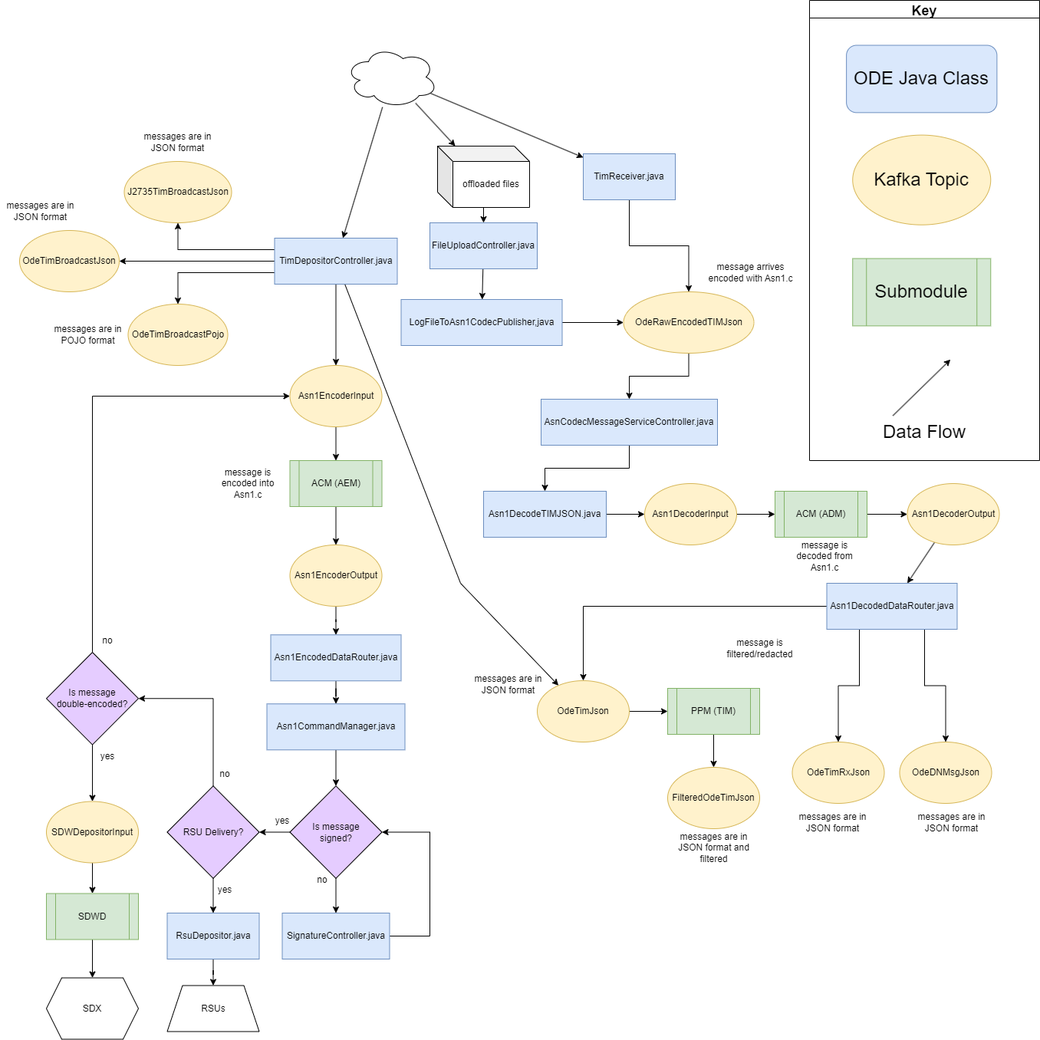
This is docs/data-flow-diagrams/tim/TIM Data Flow.drawio.png from usdot-jpo-ode/jpo-ode, a draw.io export, as it was before one commit. Source tidied: cells renumbered, new cells last; positions are measured from the earlier drawing's top-left corner, leaving out a move shared by most shapes.
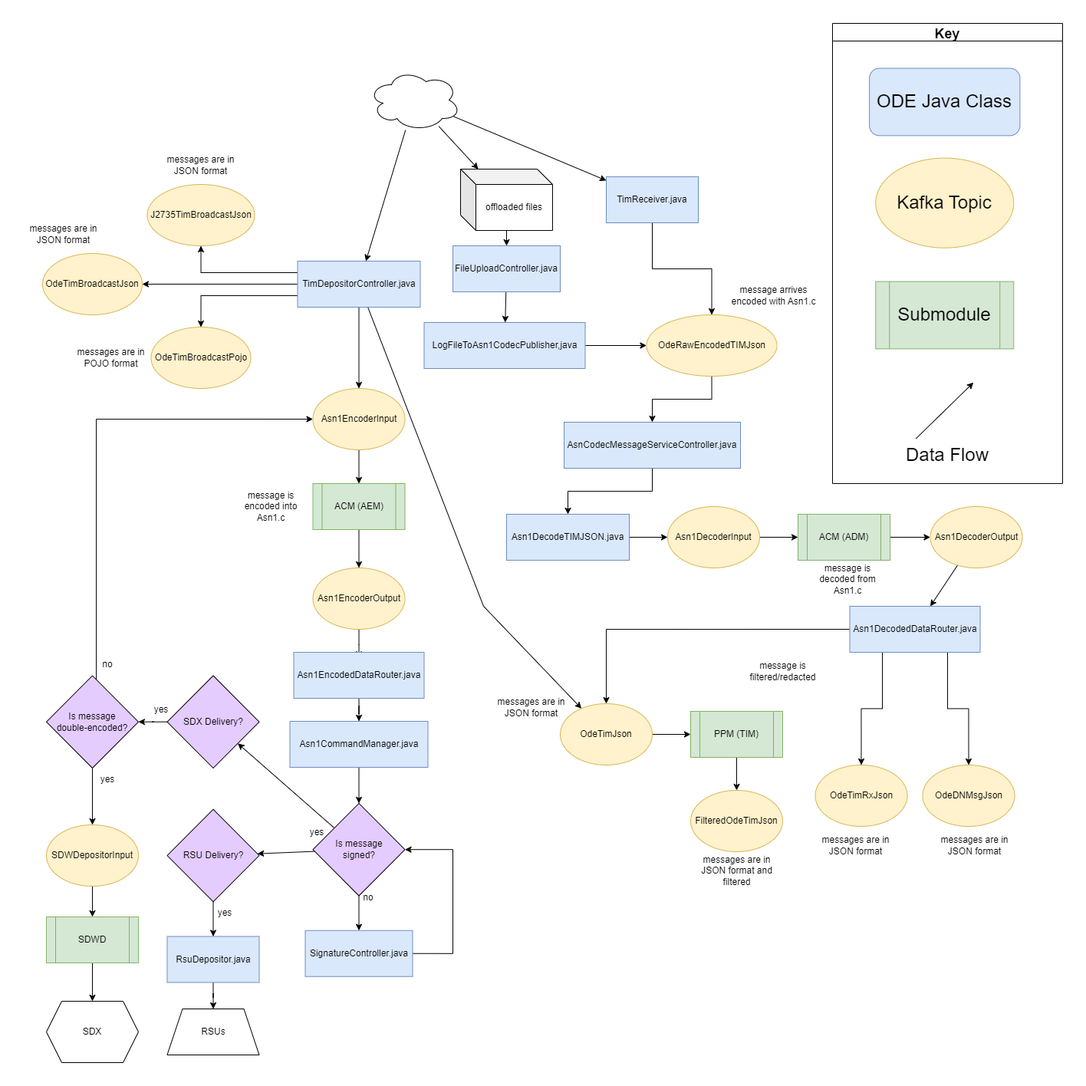
Above is the later version.

Commit message:
Adjusted data flow diagrams to reflect SDX & RSU delivery

What changed in the source:
```diff
@@ -114,8 +114,10 @@
     <mxCell id="37" value="ACM (AEM)" style="shape=process;whiteSpace=wrap;html=1;backgroundOutline=1;fillColor=#d5e8d4;strokeColor=#82b366;" parent="1" vertex="1">
       <mxGeometry x="377.5" y="600" width="120" height="60" as="geometry" />
     </mxCell>
-    <mxCell id="38" style="edgeStyle=orthogonalEdgeStyle;rounded=0;jettySize=auto;html=1;" parent="1" edge="1" source="39" target="69">
-      <mxGeometry relative="1" as="geometry" />
+    <mxCell id="38" style="edgeStyle=orthogonalEdgeStyle;rounded=0;jettySize=auto;html=1;" parent="1" edge="1" source="39">
+      <mxGeometry relative="1" as="geometry">
+        <mxPoint x="437.5" y="827.2" as="targetPoint" />
+      </mxGeometry>
     </mxCell>
     <mxCell id="39" value="Asn1EncoderOutput" style="ellipse;whiteSpace=wrap;html=1;fillColor=#fff2cc;strokeColor=#d6b656;" parent="1" vertex="1">
       <mxGeometry x="377.5" y="710" width="120" height="80" as="geometry" />
@@ -195,115 +197,134 @@
     <mxCell id="63" style="ellipse;shape=cloud;whiteSpace=wrap;html=1;" parent="1" vertex="1">
       <mxGeometry x="450" y="60" width="120" height="80" as="geometry" />
     </mxCell>
+    <mxCell id="77" style="edgeStyle=orthogonalEdgeStyle;rounded=0;jettySize=auto;html=1;entryX=0;entryY=0.5;entryDx=0;entryDy=0;" parent="1" edge="1" source="78" target="35">
+      <mxGeometry relative="1" as="geometry">
+        <Array as="points">
+          <mxPoint x="95" y="516" />
+        </Array>
+      </mxGeometry>
+    </mxCell>
+    <mxCell id="91" style="edgeStyle=orthogonalEdgeStyle;rounded=0;jettySize=auto;html=1;entryX=1;entryY=0.5;entryDx=0;entryDy=0;exitX=1;exitY=0.5;exitDx=0;exitDy=0;" parent="1" edge="1" source="x">
+      <mxGeometry relative="1" as="geometry">
+        <mxPoint x="497.5" y="1084.5" as="targetPoint" />
+        <Array as="points">
+          <mxPoint x="560" y="1220" />
+          <mxPoint x="560" y="1085" />
+        </Array>
+      </mxGeometry>
+    </mxCell>
+    <mxCell id="93" style="rounded=0;jettySize=auto;html=1;" parent="1" edge="1" source="94" target="98">
+      <mxGeometry relative="1" as="geometry" />
+    </mxCell>
+    <mxCell id="94" value="FileUploadController.java" style="rounded=0;whiteSpace=wrap;html=1;fillColor=#dae8fc;strokeColor=#6c8ebf;" parent="1" vertex="1">
+      <mxGeometry x="560" y="290" width="140" height="60" as="geometry" />
+    </mxCell>
+    <mxCell id="95" style="rounded=0;jettySize=auto;html=1;" parent="1" edge="1" source="96" target="94">
+      <mxGeometry relative="1" as="geometry" />
+    </mxCell>
+    <mxCell id="96" value="offloaded files" style="shape=cube;whiteSpace=wrap;html=1;boundedLbl=1;backgroundOutline=1;darkOpacity=0.05;darkOpacity2=0.1;" parent="1" vertex="1">
+      <mxGeometry x="570" y="190" width="120" height="80" as="geometry" />
+    </mxCell>
+    <mxCell id="97" style="edgeStyle=orthogonalEdgeStyle;rounded=0;jettySize=auto;html=1;" parent="1" edge="1" source="98" target="17">
+      <mxGeometry relative="1" as="geometry" />
+    </mxCell>
+    <mxCell id="98" value="LogFileToAsn1CodecPublisher,java" style="rounded=0;whiteSpace=wrap;html=1;fillColor=#dae8fc;strokeColor=#6c8ebf;" parent="1" vertex="1">
+      <mxGeometry x="522.5" y="390" width="210" height="60" as="geometry" />
+    </mxCell>
     <mxCell id="64" style="edgeStyle=orthogonalEdgeStyle;rounded=0;jettySize=auto;html=1;entryX=0.5;entryY=0;entryDx=0;entryDy=0;" parent="1" edge="1" source="65" target="88">
       <mxGeometry relative="1" as="geometry" />
     </mxCell>
     <mxCell id="65" value="Asn1CommandManager.java" style="rounded=0;whiteSpace=wrap;html=1;fillColor=#dae8fc;strokeColor=#6c8ebf;" parent="1" vertex="1">
-      <mxGeometry x="347.5" y="917.2" width="180" height="60" as="geometry" />
+      <mxGeometry x="347.5" y="910" width="180" height="60" as="geometry" />
     </mxCell>
     <mxCell id="66" style="edgeStyle=orthogonalEdgeStyle;rounded=0;jettySize=auto;html=1;" parent="1" edge="1" source="67" target="71">
       <mxGeometry relative="1" as="geometry" />
     </mxCell>
     <mxCell id="67" value="SDWDepositorInput" style="ellipse;whiteSpace=wrap;html=1;fillColor=#fff2cc;strokeColor=#d6b656;" parent="1" vertex="1">
-      <mxGeometry x="60" y="1044.5" width="120" height="80" as="geometry" />
+      <mxGeometry x="30" y="1045" width="120" height="80" as="geometry" />
     </mxCell>
     <mxCell id="68" style="edgeStyle=orthogonalEdgeStyle;rounded=0;jettySize=auto;html=1;" parent="1" edge="1" source="69" target="65">
       <mxGeometry relative="1" as="geometry" />
     </mxCell>
     <mxCell id="69" value="Asn1EncodedDataRouter.java" style="rounded=0;whiteSpace=wrap;html=1;fillColor=#dae8fc;strokeColor=#6c8ebf;" parent="1" vertex="1">
-      <mxGeometry x="352.5" y="827.2" width="170" height="60" as="geometry" />
+      <mxGeometry x="352.5" y="820" width="170" height="60" as="geometry" />
     </mxCell>
     <mxCell id="70" style="edgeStyle=orthogonalEdgeStyle;rounded=0;jettySize=auto;html=1;exitX=0.5;exitY=1;exitDx=0;exitDy=0;" parent="1" edge="1" source="71" target="73">
       <mxGeometry relative="1" as="geometry" />
     </mxCell>
     <mxCell id="71" value="SDWD" style="shape=process;whiteSpace=wrap;html=1;backgroundOutline=1;fillColor=#d5e8d4;strokeColor=#82b366;" parent="1" vertex="1">
-      <mxGeometry x="60" y="1164.5" width="120" height="60" as="geometry" />
+      <mxGeometry x="30" y="1165" width="120" height="60" as="geometry" />
     </mxCell>
     <mxCell id="72" value="RSUs" style="shape=trapezoid;perimeter=trapezoidPerimeter;whiteSpace=wrap;html=1;fixedSize=1;" parent="1" vertex="1">
-      <mxGeometry x="217.5" y="1284.5" width="120" height="60" as="geometry" />
+      <mxGeometry x="187.5" y="1285" width="120" height="60" as="geometry" />
     </mxCell>
     <mxCell id="73" value="SDX" style="shape=hexagon;perimeter=hexagonPerimeter2;whiteSpace=wrap;html=1;fixedSize=1;" parent="1" vertex="1">
-      <mxGeometry x="60" y="1274.5" width="120" height="80" as="geometry" />
+      <mxGeometry x="30" y="1275" width="120" height="80" as="geometry" />
     </mxCell>
     <mxCell id="74" style="edgeStyle=orthogonalEdgeStyle;rounded=0;jettySize=auto;html=1;" parent="1" edge="1" source="75" target="72">
       <mxGeometry relative="1" as="geometry" />
     </mxCell>
     <mxCell id="75" value="RsuDepositor.java" style="rounded=0;whiteSpace=wrap;html=1;fillColor=#dae8fc;strokeColor=#6c8ebf;" parent="1" vertex="1">
-      <mxGeometry x="217.5" y="1190" width="120" height="60" as="geometry" />
+      <mxGeometry x="187.5" y="1190.5" width="120" height="60" as="geometry" />
     </mxCell>
     <mxCell id="76" style="edgeStyle=orthogonalEdgeStyle;rounded=0;jettySize=auto;html=1;" parent="1" edge="1" source="78" target="67">
       <mxGeometry relative="1" as="geometry" />
     </mxCell>
-    <mxCell id="77" style="edgeStyle=orthogonalEdgeStyle;rounded=0;jettySize=auto;html=1;exitX=0.5;exitY=0;exitDx=0;exitDy=0;entryX=0;entryY=0.5;entryDx=0;entryDy=0;" parent="1" edge="1" source="78" target="35">
-      <mxGeometry relative="1" as="geometry" />
-    </mxCell>
     <mxCell id="78" value="Is message&lt;br&gt;double-encoded?" style="rhombus;whiteSpace=wrap;html=1;fillColor=#E5CCFF;" parent="1" vertex="1">
-      <mxGeometry x="60" y="850" width="120" height="120.5" as="geometry" />
+      <mxGeometry x="30" y="850.5" width="120" height="120.5" as="geometry" />
     </mxCell>
     <mxCell id="79" style="edgeStyle=orthogonalEdgeStyle;rounded=0;jettySize=auto;html=1;exitX=0.5;exitY=1;exitDx=0;exitDy=0;" parent="1" edge="1" source="81" target="75">
       <mxGeometry relative="1" as="geometry" />
     </mxCell>
-    <mxCell id="80" style="edgeStyle=orthogonalEdgeStyle;rounded=0;jettySize=auto;html=1;entryX=1;entryY=0.5;entryDx=0;entryDy=0;exitX=0.5;exitY=0;exitDx=0;exitDy=0;" parent="1" edge="1" source="81" target="78">
-      <mxGeometry relative="1" as="geometry" />
-    </mxCell>
     <mxCell id="81" value="RSU Delivery?" style="rhombus;whiteSpace=wrap;html=1;fillColor=#E5CCFF;" parent="1" vertex="1">
-      <mxGeometry x="217.5" y="1024.2" width="120" height="120.5" as="geometry" />
+      <mxGeometry x="187.5" y="1024.8" width="120" height="120.5" as="geometry" />
     </mxCell>
-    <mxCell id="82" value="yes" style="text;html=1;strokeColor=none;fillColor=none;align=center;verticalAlign=middle;whiteSpace=wrap;rounded=0;" parent="1" vertex="1">
-      <mxGeometry x="262.5" y="1144.8" width="60" height="30" as="geometry" />
-    </mxCell>
-    <mxCell id="83" value="no" style="text;html=1;strokeColor=none;fillColor=none;align=center;verticalAlign=middle;whiteSpace=wrap;rounded=0;" parent="1" vertex="1">
-      <mxGeometry x="262.5" y="994.2" width="60" height="30" as="geometry" />
-    </mxCell>
-    <mxCell id="84" value="yes" style="text;html=1;strokeColor=none;fillColor=none;align=center;verticalAlign=middle;whiteSpace=wrap;rounded=0;" parent="1" vertex="1">
-      <mxGeometry x="110" y="970.5" width="60" height="30" as="geometry" />
-    </mxCell>
-    <mxCell id="85" value="no" style="text;html=1;strokeColor=none;fillColor=none;align=center;verticalAlign=middle;whiteSpace=wrap;rounded=0;" parent="1" vertex="1">
-      <mxGeometry x="110" y="820" width="60" height="30" as="geometry" />
-    </mxCell>
+    <mxCell id="99" value="yes" style="text;html=1;strokeColor=none;fillColor=none;align=center;verticalAlign=middle;whiteSpace=wrap;rounded=0;" parent="1" vertex="1">
+      <mxGeometry x="232.5" y="1145.2" width="60" height="30" as="geometry" />
+    </mxCell>
+    <mxCell id="100" value="yes" style="text;html=1;strokeColor=none;fillColor=none;align=center;verticalAlign=middle;whiteSpace=wrap;rounded=0;" parent="1" vertex="1">
+      <mxGeometry x="80" y="971" width="60" height="30" as="geometry" />
+    </mxCell>
+    <mxCell id="101" value="no" style="text;html=1;strokeColor=none;fillColor=none;align=center;verticalAlign=middle;whiteSpace=wrap;rounded=0;" parent="1" vertex="1">
+      <mxGeometry x="80" y="820.5" width="60" height="30" as="geometry" />
+    </mxCell>
+    <mxCell id="87" style="edgeStyle=orthogonalEdgeStyle;rounded=0;jettySize=auto;html=1;" parent="1" edge="1" source="88" target="92">
+      <mxGeometry relative="1" as="geometry" />
+    </mxCell>
-    <mxCell id="86" style="edgeStyle=orthogonalEdgeStyle;rounded=0;jettySize=auto;html=1;" parent="1" edge="1" source="88" target="81">
+    <mxCell id="86" style="rounded=0;jettySize=auto;html=1;" parent="1" edge="1" source="88" target="81">
       <mxGeometry relative="1" as="geometry" />
     </mxCell>
-    <mxCell id="87" style="edgeStyle=orthogonalEdgeStyle;rounded=0;jettySize=auto;html=1;" parent="1" edge="1" source="88" target="92">
-      <mxGeometry relative="1" as="geometry" />
-    </mxCell>
+    <mxCell id="102" style="rounded=0;jettySize=auto;html=1;" parent="1" edge="1" source="88" target="107">
+      <mxGeometry relative="1" as="geometry" />
+    </mxCell>
     <mxCell id="88" value="Is message&lt;br&gt;signed?" style="rhombus;whiteSpace=wrap;html=1;fillColor=#E5CCFF;" parent="1" vertex="1">
-      <mxGeometry x="377.5" y="1024.2" width="120" height="120.5" as="geometry" />
+      <mxGeometry x="377.5" y="1017" width="120" height="120.5" as="geometry" />
     </mxCell>
-    <mxCell id="89" value="yes" style="text;html=1;strokeColor=none;fillColor=none;align=center;verticalAlign=middle;whiteSpace=wrap;rounded=0;" parent="1" vertex="1">
-      <mxGeometry x="337.5" y="1055" width="60" height="30" as="geometry" />
-    </mxCell>
-    <mxCell id="90" value="no" style="text;html=1;strokeColor=none;fillColor=none;align=center;verticalAlign=middle;whiteSpace=wrap;rounded=0;" parent="1" vertex="1">
-      <mxGeometry x="390" y="1132.2" width="60" height="30" as="geometry" />
-    </mxCell>
-    <mxCell id="91" style="edgeStyle=orthogonalEdgeStyle;rounded=0;jettySize=auto;html=1;entryX=1;entryY=0.5;entryDx=0;entryDy=0;exitX=1;exitY=0.5;exitDx=0;exitDy=0;" parent="1" edge="1" source="92" target="88">
-      <mxGeometry relative="1" as="geometry">
-        <Array as="points">
-          <mxPoint x="560" y="1220" />
-          <mxPoint x="560" y="1085" />
-        </Array>
-      </mxGeometry>
-    </mxCell>
+    <mxCell id="103" value="yes" style="text;html=1;strokeColor=none;fillColor=none;align=center;verticalAlign=middle;whiteSpace=wrap;rounded=0;" parent="1" vertex="1">
+      <mxGeometry x="352.5" y="1040" width="60" height="30" as="geometry" />
+    </mxCell>
+    <mxCell id="104" value="no" style="text;html=1;strokeColor=none;fillColor=none;align=center;verticalAlign=middle;whiteSpace=wrap;rounded=0;" parent="1" vertex="1">
+      <mxGeometry x="420" y="1125" width="60" height="30" as="geometry" />
+    </mxCell>
+    <mxCell id="105" style="edgeStyle=orthogonalEdgeStyle;rounded=0;jettySize=auto;html=1;entryX=1;entryY=0.5;entryDx=0;entryDy=0;exitX=1;exitY=0.5;exitDx=0;exitDy=0;" parent="1" edge="1" source="92" target="88">
+      <mxGeometry relative="1" as="geometry">
+        <Array as="points">
+          <mxPoint x="560" y="1213" />
+          <mxPoint x="560" y="1077" />
+        </Array>
+      </mxGeometry>
+    </mxCell>
     <mxCell id="92" value="SignatureController.java" style="rounded=0;whiteSpace=wrap;html=1;fillColor=#dae8fc;strokeColor=#6c8ebf;" parent="1" vertex="1">
-      <mxGeometry x="367.5" y="1190" width="140" height="60" as="geometry" />
+      <mxGeometry x="367.5" y="1182.8" width="140" height="60" as="geometry" />
     </mxCell>
-    <mxCell id="93" style="rounded=0;jettySize=auto;html=1;" parent="1" edge="1" source="94" target="98">
-      <mxGeometry relative="1" as="geometry" />
-    </mxCell>
-    <mxCell id="94" value="FileUploadController.java" style="rounded=0;whiteSpace=wrap;html=1;fillColor=#dae8fc;strokeColor=#6c8ebf;" parent="1" vertex="1">
-      <mxGeometry x="560" y="290" width="140" height="60" as="geometry" />
-    </mxCell>
-    <mxCell id="95" style="rounded=0;jettySize=auto;html=1;" parent="1" edge="1" source="96" target="94">
-      <mxGeometry relative="1" as="geometry" />
-    </mxCell>
-    <mxCell id="96" value="offloaded files" style="shape=cube;whiteSpace=wrap;html=1;boundedLbl=1;backgroundOutline=1;darkOpacity=0.05;darkOpacity2=0.1;" parent="1" vertex="1">
-      <mxGeometry x="570" y="190" width="120" height="80" as="geometry" />
-    </mxCell>
-    <mxCell id="97" style="edgeStyle=orthogonalEdgeStyle;rounded=0;jettySize=auto;html=1;" parent="1" edge="1" source="98" target="17">
-      <mxGeometry relative="1" as="geometry" />
-    </mxCell>
-    <mxCell id="98" value="LogFileToAsn1CodecPublisher,java" style="rounded=0;whiteSpace=wrap;html=1;fillColor=#dae8fc;strokeColor=#6c8ebf;" parent="1" vertex="1">
-      <mxGeometry x="522.5" y="390" width="210" height="60" as="geometry" />
-    </mxCell>
+    <mxCell id="106" style="edgeStyle=orthogonalEdgeStyle;rounded=0;jettySize=auto;html=1;" parent="1" edge="1" source="107" target="78">
+      <mxGeometry relative="1" as="geometry" />
+    </mxCell>
+    <mxCell id="107" value="SDX Delivery?" style="rhombus;whiteSpace=wrap;html=1;fillColor=#E5CCFF;" parent="1" vertex="1">
+      <mxGeometry x="187.5" y="850.5" width="120" height="120.5" as="geometry" />
+    </mxCell>
+    <mxCell id="108" value="yes" style="text;html=1;strokeColor=none;fillColor=none;align=center;verticalAlign=middle;whiteSpace=wrap;rounded=0;" parent="1" vertex="1">
+      <mxGeometry x="150" y="880" width="60" height="30" as="geometry" />
+    </mxCell>
   </root>
 </mxGraphModel>
```
